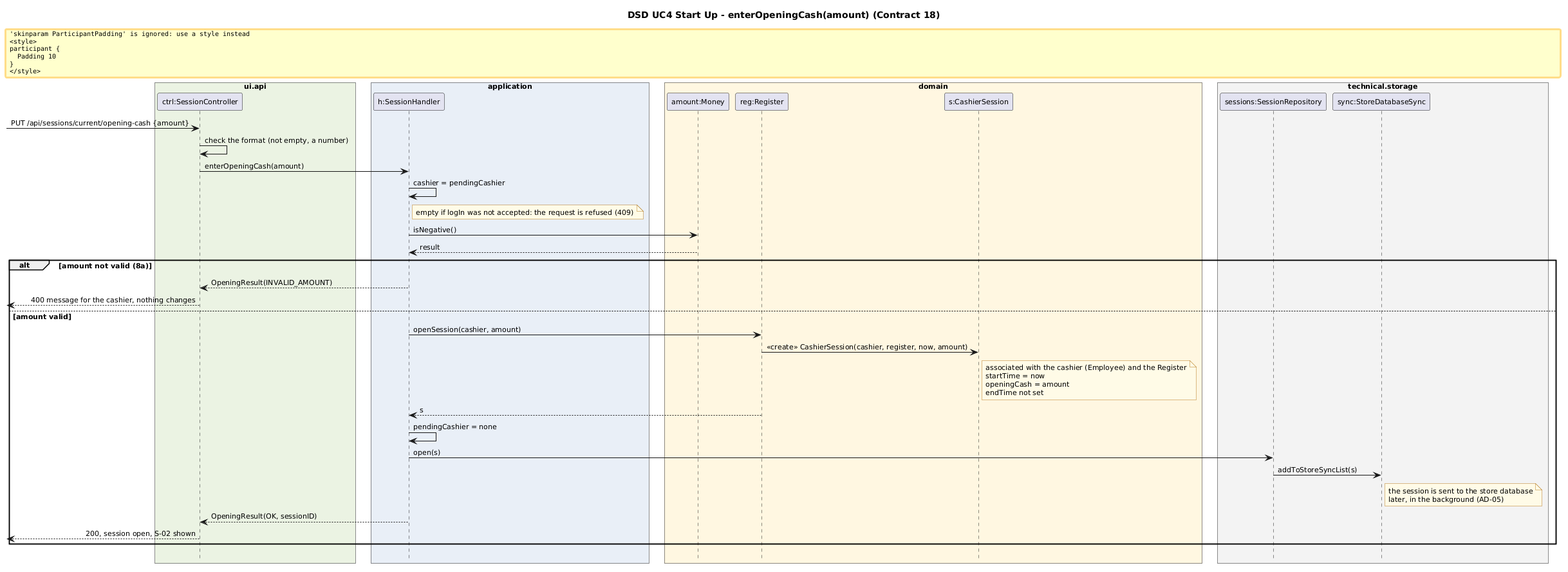
Before: assets/dsd_uc4_enterOpeningCash.png, a diagram exported from PlantUML (bhsei/26D).
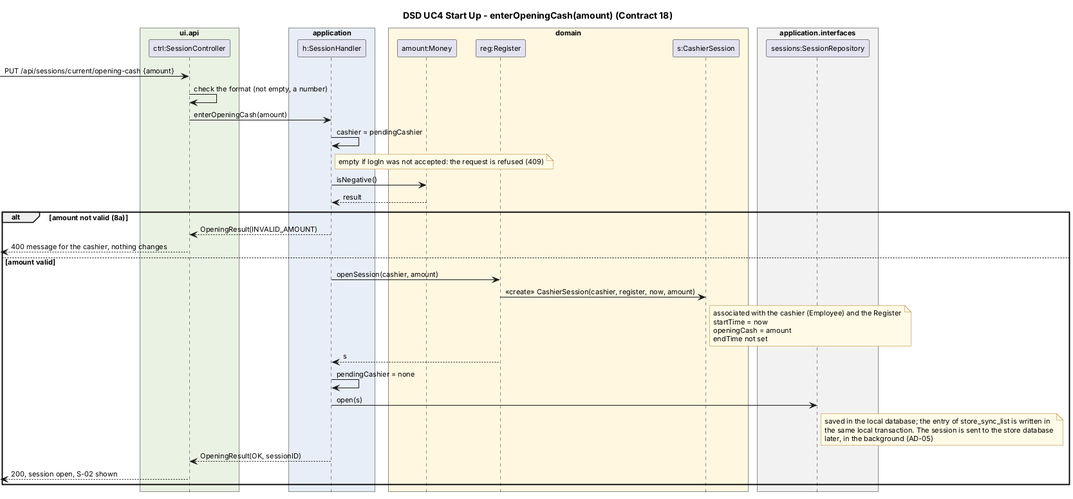
Later version of the same file.

Commit message:
W11 - EnterOpeningCash PNG: regenerate render for Creator and local-transaction note

The edit, as a diff of the source:
```diff
@@ -1,4 +1,4 @@
-@startuml
+@startuml dsd_uc4_enterOpeningCash
 title DSD UC4 Start Up - enterOpeningCash(amount) (Contract 18)
 skinparam shadowing false
 skinparam defaultFontName Arial
@@ -20,9 +20,8 @@
   participant "reg:Register" as REG
   participant "s:CashierSession" as S
 end box
-box "technical.storage" #F2F2F2
+box "application.interfaces" #F2F2F2
   participant "sessions:SessionRepository" as SR
-  participant "sync:StoreDatabaseSync" as SYNC
 end box
 
 [-> C : PUT /api/sessions/current/opening-cash {amount}
@@ -42,8 +41,7 @@
   REG --> H : s
   H -> H : pendingCashier = none
   H -> SR : open(s)
-  SR -> SYNC : addToStoreSyncList(s)
-  note right of SYNC : the session is sent to the store database\nlater, in the background (AD-05)
+  note right of SR : saved in the local database; the entry of store_sync_list is written in\nthe same local transaction. The session is sent to the store database\nlater, in the background (AD-05)
   H --> C : OpeningResult(OK, sessionID)
   C -->[ : 200, session open, S-02 shown
 end
```
